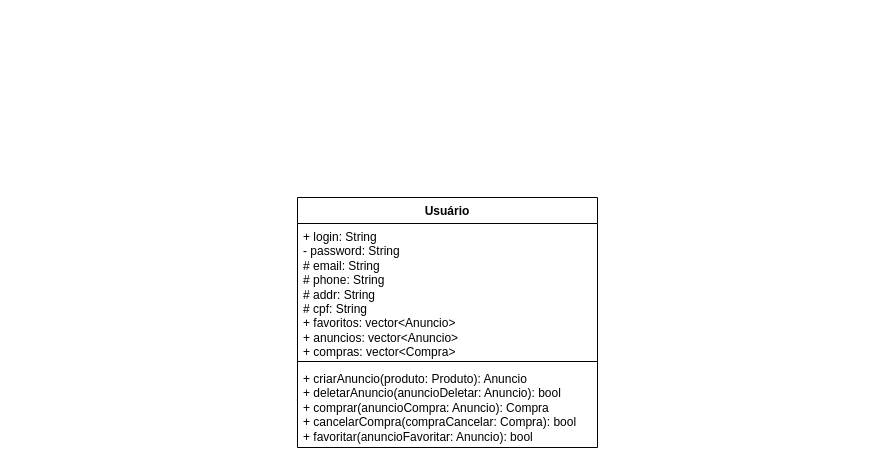
The draw.io diagram Aula_02/Exercicios/ex001.drawio in Gabi-r7/Programacao_1_Cpp, before the edit. Source tidied: cells renumbered, new cells numbered last; positions are measured from the earlier drawing's top-left corner, leaving out a move shared by most shapes. Both pictures are drawn from the tidied source at 100%, with x=0, y=0 at pixel (297, 197).
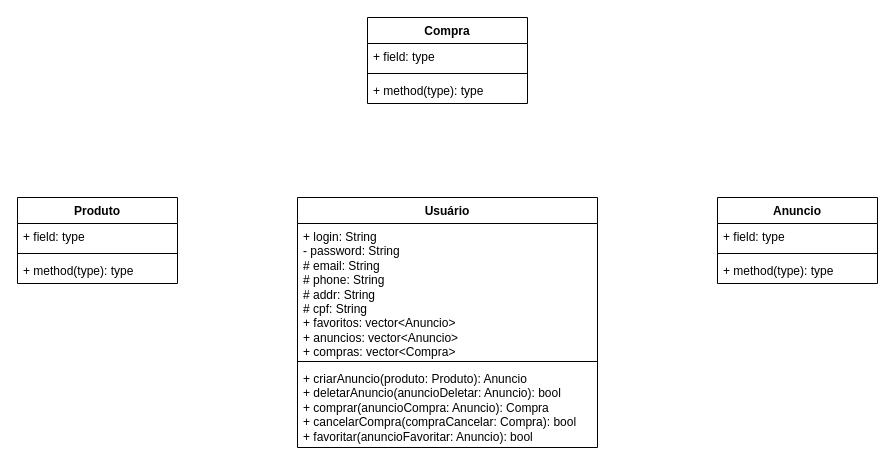
After the change.

What changed in the source:
```diff
@@
 <mxGraphModel>
   <root>
     <mxCell id="0" />
     <mxCell id="1" parent="0" />
     <mxCell id="2" value="Usuário" style="swimlane;fontStyle=1;align=center;verticalAlign=top;horizontal=1;startSize=26;whiteSpace=wrap;html=1;" parent="1" vertex="1">
       <mxGeometry width="300" height="250" as="geometry" />
     </mxCell>
     <mxCell id="3" value="+ login: String&lt;div&gt;- password: String&lt;/div&gt;&lt;div&gt;# email: String&lt;/div&gt;&lt;div&gt;# phone: String&lt;/div&gt;&lt;div&gt;# addr: String&lt;/div&gt;&lt;div&gt;# cpf: String&lt;/div&gt;&lt;div&gt;+ favoritos: vector&amp;lt;Anuncio&amp;gt;&lt;/div&gt;&lt;div&gt;+ anuncios: vector&amp;lt;Anuncio&amp;gt;&lt;/div&gt;&lt;div&gt;+ compras: vector&amp;lt;Compra&amp;gt;&lt;/div&gt;" style="text;strokeColor=none;fillColor=none;align=left;verticalAlign=top;spacingLeft=4;spacingRight=4;overflow=hidden;whiteSpace=wrap;html=1;" parent="2" vertex="1">
       <mxGeometry y="26" width="300" height="134" as="geometry" />
     </mxCell>
     <mxCell id="4" style="line;strokeWidth=1;fillColor=none;align=left;verticalAlign=middle;spacingTop=-1;spacingLeft=3;spacingRight=3;labelPosition=right;strokeColor=inherit;" parent="2" vertex="1">
       <mxGeometry y="160" width="300" height="8" as="geometry" />
     </mxCell>
     <mxCell id="5" value="+ criarAnuncio(produto: Produto): Anuncio&lt;div&gt;+ deletarAnuncio(anuncioDeletar: Anuncio): bool&lt;/div&gt;&lt;div&gt;+ comprar(anuncioCompra: Anuncio): Compra&lt;/div&gt;&lt;div&gt;+ cancelarCompra(compraCancelar: Compra): bool&lt;/div&gt;&lt;div&gt;+ favoritar(anuncioFavoritar: Anuncio): bool&lt;/div&gt;" style="text;strokeColor=none;fillColor=none;align=left;verticalAlign=top;spacingLeft=4;spacingRight=4;overflow=hidden;whiteSpace=wrap;html=1;" parent="2" vertex="1">
       <mxGeometry y="168" width="300" height="82" as="geometry" />
     </mxCell>
+    <mxCell id="6" value="Anuncio" style="swimlane;fontStyle=1;align=center;verticalAlign=top;horizontal=1;startSize=26;whiteSpace=wrap;html=1;" parent="1" vertex="1">
+      <mxGeometry x="420" width="160" height="86" as="geometry" />
+    </mxCell>
+    <mxCell id="7" value="+ field: type" style="text;strokeColor=none;fillColor=none;align=left;verticalAlign=top;spacingLeft=4;spacingRight=4;overflow=hidden;whiteSpace=wrap;html=1;" parent="6" vertex="1">
+      <mxGeometry y="26" width="160" height="26" as="geometry" />
+    </mxCell>
+    <mxCell id="8" style="line;strokeWidth=1;fillColor=none;align=left;verticalAlign=middle;spacingTop=-1;spacingLeft=3;spacingRight=3;labelPosition=right;strokeColor=inherit;" parent="6" vertex="1">
+      <mxGeometry y="52" width="160" height="8" as="geometry" />
+    </mxCell>
+    <mxCell id="9" value="+ method(type): type" style="text;strokeColor=none;fillColor=none;align=left;verticalAlign=top;spacingLeft=4;spacingRight=4;overflow=hidden;whiteSpace=wrap;html=1;" parent="6" vertex="1">
+      <mxGeometry y="60" width="160" height="26" as="geometry" />
+    </mxCell>
+    <mxCell id="10" value="Produto" style="swimlane;fontStyle=1;align=center;verticalAlign=top;horizontal=1;startSize=26;whiteSpace=wrap;html=1;" parent="1" vertex="1">
+      <mxGeometry x="-280" width="160" height="86" as="geometry" />
+    </mxCell>
+    <mxCell id="11" value="+ field: type" style="text;strokeColor=none;fillColor=none;align=left;verticalAlign=top;spacingLeft=4;spacingRight=4;overflow=hidden;whiteSpace=wrap;html=1;" parent="10" vertex="1">
+      <mxGeometry y="26" width="160" height="26" as="geometry" />
+    </mxCell>
+    <mxCell id="12" style="line;strokeWidth=1;fillColor=none;align=left;verticalAlign=middle;spacingTop=-1;spacingLeft=3;spacingRight=3;labelPosition=right;strokeColor=inherit;" parent="10" vertex="1">
+      <mxGeometry y="52" width="160" height="8" as="geometry" />
+    </mxCell>
+    <mxCell id="13" value="+ method(type): type" style="text;strokeColor=none;fillColor=none;align=left;verticalAlign=top;spacingLeft=4;spacingRight=4;overflow=hidden;whiteSpace=wrap;html=1;" parent="10" vertex="1">
+      <mxGeometry y="60" width="160" height="26" as="geometry" />
+    </mxCell>
+    <mxCell id="14" value="Compra" style="swimlane;fontStyle=1;align=center;verticalAlign=top;horizontal=1;startSize=26;whiteSpace=wrap;html=1;" parent="1" vertex="1">
+      <mxGeometry x="70" y="-180" width="160" height="86" as="geometry" />
+    </mxCell>
+    <mxCell id="15" value="+ field: type" style="text;strokeColor=none;fillColor=none;align=left;verticalAlign=top;spacingLeft=4;spacingRight=4;overflow=hidden;whiteSpace=wrap;html=1;" parent="14" vertex="1">
+      <mxGeometry y="26" width="160" height="26" as="geometry" />
+    </mxCell>
+    <mxCell id="16" style="line;strokeWidth=1;fillColor=none;align=left;verticalAlign=middle;spacingTop=-1;spacingLeft=3;spacingRight=3;labelPosition=right;strokeColor=inherit;" parent="14" vertex="1">
+      <mxGeometry y="52" width="160" height="8" as="geometry" />
+    </mxCell>
+    <mxCell id="17" value="+ method(type): type" style="text;strokeColor=none;fillColor=none;align=left;verticalAlign=top;spacingLeft=4;spacingRight=4;overflow=hidden;whiteSpace=wrap;html=1;" parent="14" vertex="1">
+      <mxGeometry y="60" width="160" height="26" as="geometry" />
+    </mxCell>
   </root>
 </mxGraphModel>
```
